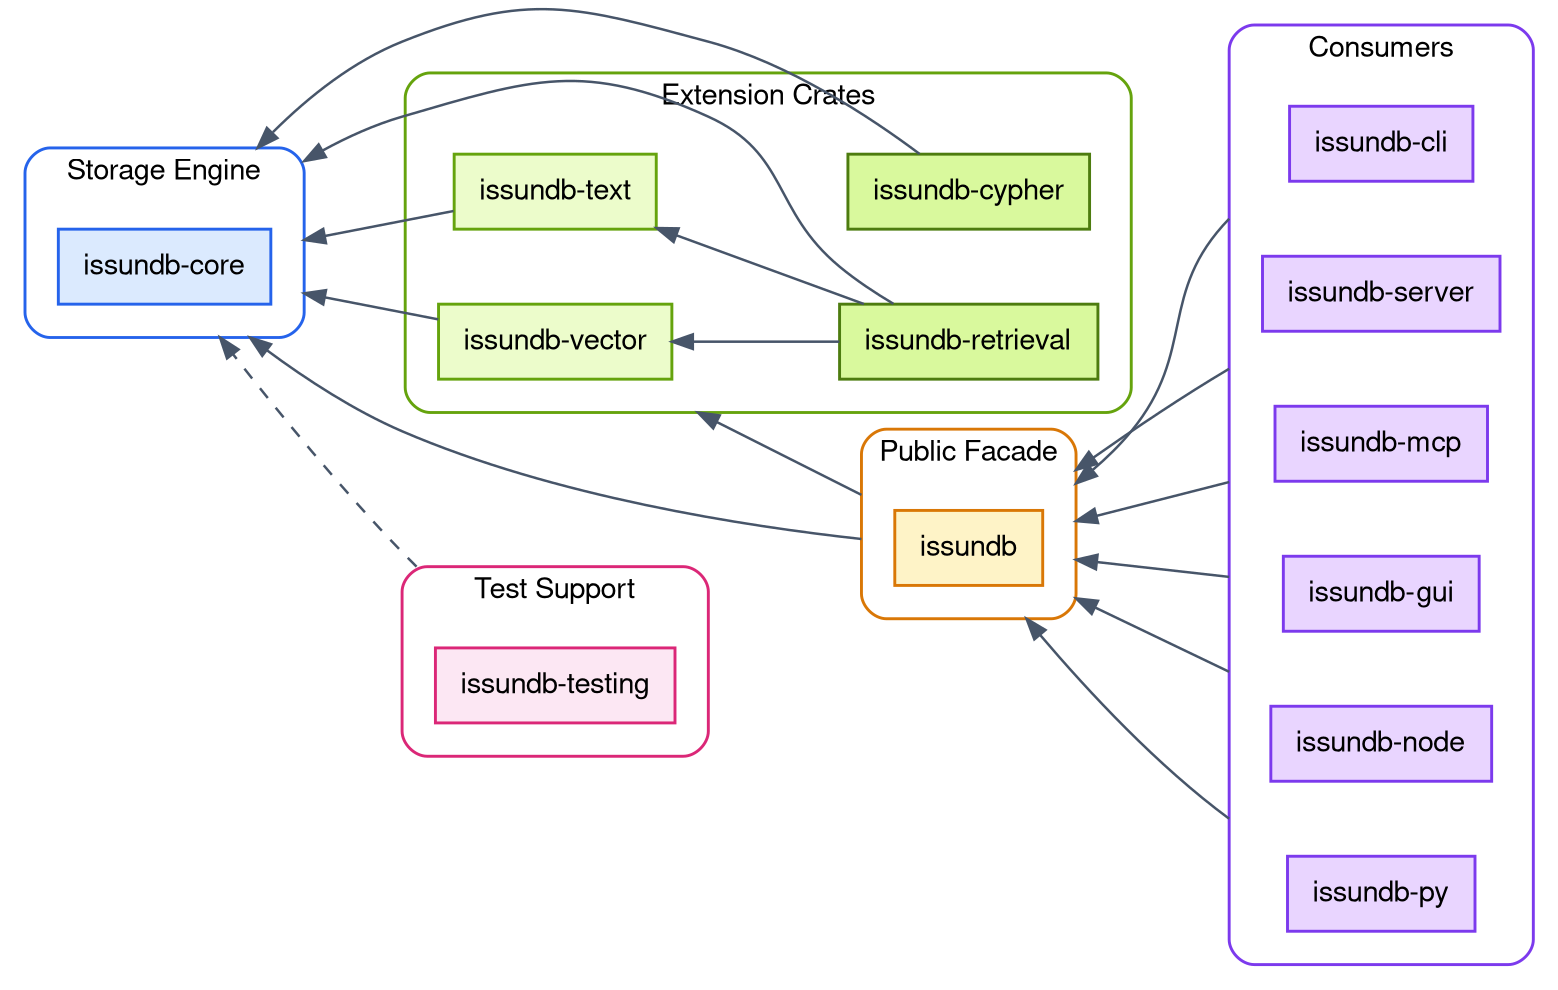
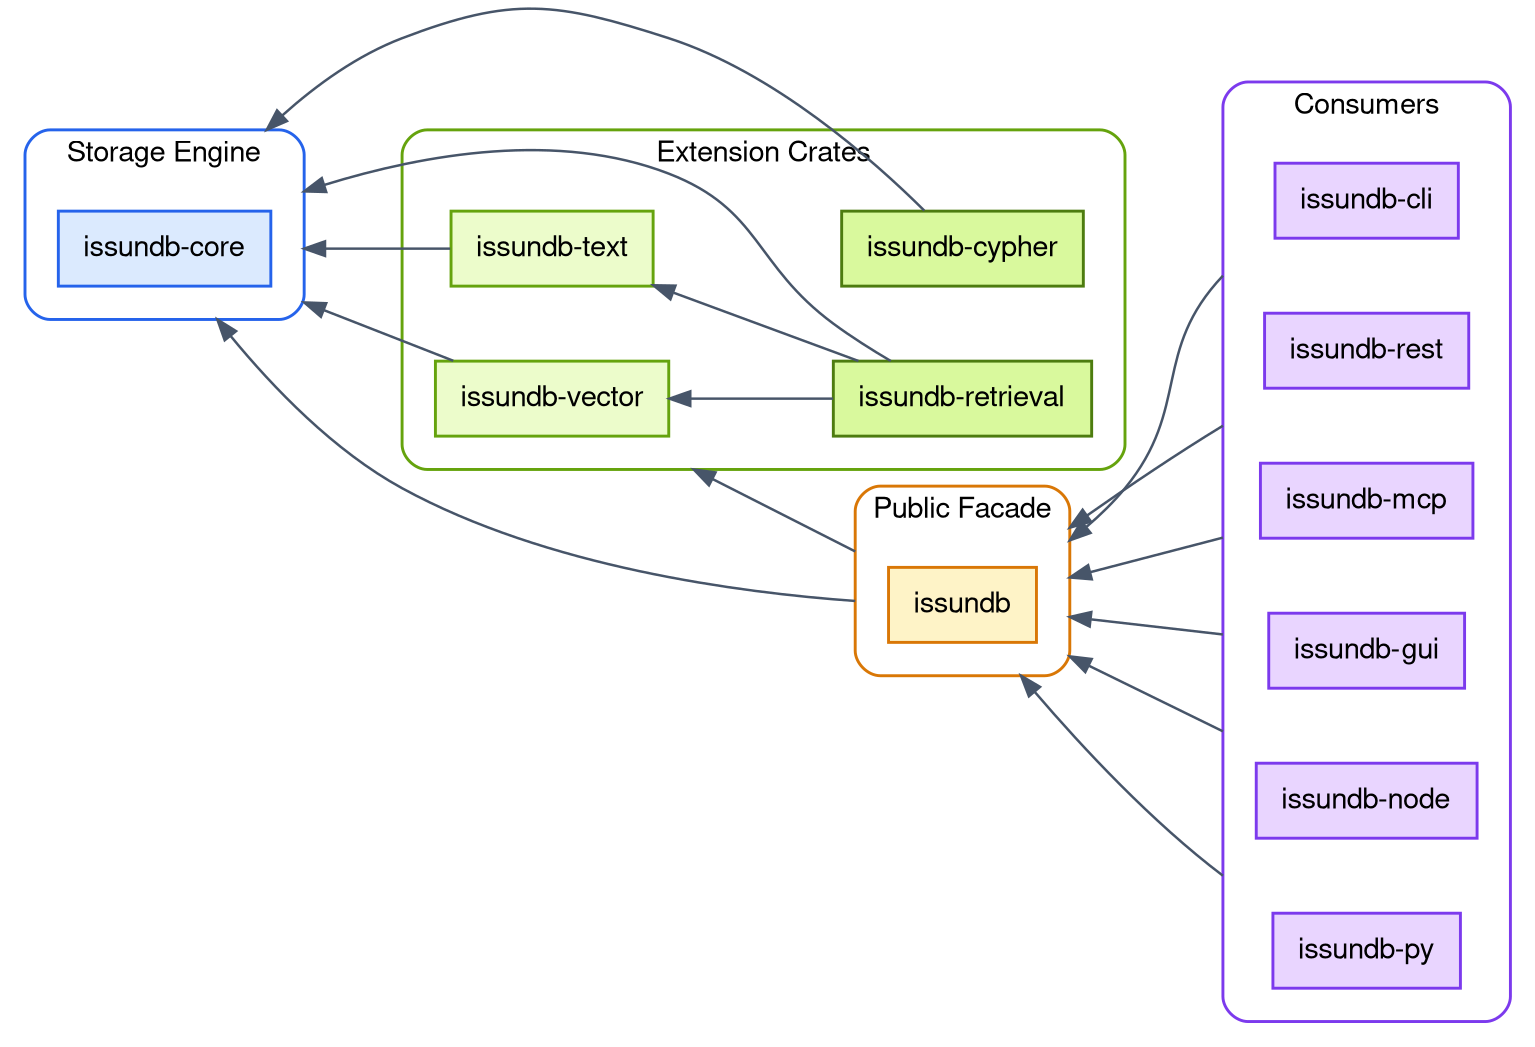
digraph IssunDBArchitecture {
    fontname = "Helvetica,Arial,sans-serif"
    layout = dot
    rankdir = RL
    ranksep = 1.1
    nodesep = 0.5
    splines = true
    bgcolor = "white"
    compound = true

    node [
    fontname = "Helvetica,Arial,sans-serif",
    shape = rect,
    style = "filled",
    color = "#475569",
    fillcolor = "white",
    penwidth = 1.4,
    margin = "0.16,0.10"
    ]

    edge [
    fontname = "Helvetica,Arial,sans-serif",
    fontsize = 10,
    color = "#475569",
    fontcolor = "#475569",
    penwidth = 1.2
    ]

    // ---------------------------------------------------------------
    // Storage engine: the foundation crate.
    // ---------------------------------------------------------------
    subgraph cluster_core {
    label = "Storage Engine"
    fontname = "Helvetica,Arial,sans-serif"
    fontsize = 14
    style = "rounded"
    color = "#2563EB"
    penwidth = 1.4
    margin = 16

    core [label = "issundb-core", fillcolor = "#DBEAFE", color = "#2563EB"]
    }

    // ---------------------------------------------------------------
    // Extension crates: depend on core, never on each other upward.
    // ---------------------------------------------------------------
    subgraph cluster_ext {
    label = "Extension Crates"
    fontname = "Helvetica,Arial,sans-serif"
    fontsize = 14
    style = "rounded"
    color = "#65A30D"
    penwidth = 1.4
    margin = 16

    vector [label = "issundb-vector", fillcolor = "#ECFCCB", color = "#65A30D"]
    text [label = "issundb-text", fillcolor = "#ECFCCB", color = "#65A30D"]
    retrieval [label = "issundb-retrieval", fillcolor = "#D9F99D", color = "#4D7C0F"]
    cypher [label = "issundb-cypher", fillcolor = "#D9F99D", color = "#4D7C0F"]
    }

    // ---------------------------------------------------------------
    // Public facade.
    // ---------------------------------------------------------------
    subgraph cluster_facade {
    label = "Public Facade"
    fontname = "Helvetica,Arial,sans-serif"
    fontsize = 14
    style = "rounded"
    color = "#D97706"
    penwidth = 1.4
    margin = 16

    facade [label = "issundb", fillcolor = "#FEF3C7", color = "#D97706"]
    }

    // ---------------------------------------------------------------
    // Consumers: bindings, servers, tools. Facade-only.
    // ---------------------------------------------------------------
    subgraph cluster_consumers {
    label = "Consumers"
    fontname = "Helvetica,Arial,sans-serif"
    fontsize = 14
    style = "rounded"
    color = "#7C3AED"
    penwidth = 1.4
    margin = 16

    cli [label = "issundb-cli", fillcolor = "#E9D5FF", color = "#7C3AED"]
-     server [label = "issundb-server", fillcolor = "#E9D5FF", color = "#7C3AED"]
+     rest [label = "issundb-rest", fillcolor = "#E9D5FF", color = "#7C3AED"]
    mcp [label = "issundb-mcp", fillcolor = "#E9D5FF", color = "#7C3AED"]
    gui [label = "issundb-gui", fillcolor = "#E9D5FF", color = "#7C3AED"]
    node_bind [label = "issundb-node", fillcolor = "#E9D5FF", color = "#7C3AED"]
    py_bind [label = "issundb-py", fillcolor = "#E9D5FF", color = "#7C3AED"]
-     }
- 
-     // ---------------------------------------------------------------
-     // Test fixtures: depend on core, never imported by production.
-     // ---------------------------------------------------------------
-     subgraph cluster_testing {
-     label = "Test Support"
-     fontname = "Helvetica,Arial,sans-serif"
-     fontsize = 14
-     style = "rounded"
-     color = "#DB2777"
-     penwidth = 1.4
-     margin = 16
- 
-     testing [label = "issundb-testing", fillcolor = "#FCE7F3", color = "#DB2777"]
    }

    // ---------------------------------------------------------------
    // Dependency edges (point from dependent to dependency).
    // lhead/ltail clip the edge at the cluster border (compound = true)
    // so arrows attach to the enclosing cluster, not the inner box.
    // ---------------------------------------------------------------
    vector -> core [lhead = cluster_core]
    text -> core [lhead = cluster_core]
    retrieval -> core [lhead = cluster_core]
    retrieval -> vector
    retrieval -> text
    cypher -> core [lhead = cluster_core]

    facade -> core [ltail = cluster_facade, lhead = cluster_core]
    facade -> vector [ltail = cluster_facade, lhead = cluster_ext]

    cli -> facade [ltail = cluster_consumers, lhead = cluster_facade]
-     server -> facade [ltail = cluster_consumers, lhead = cluster_facade]
+     rest -> facade [ltail = cluster_consumers, lhead = cluster_facade]
    mcp -> facade [ltail = cluster_consumers, lhead = cluster_facade]
    gui -> facade [ltail = cluster_consumers, lhead = cluster_facade]
    node_bind -> facade [ltail = cluster_consumers, lhead = cluster_facade]
    py_bind -> facade [ltail = cluster_consumers, lhead = cluster_facade]
- 
-     testing -> core [ltail = cluster_testing, lhead = cluster_core, style = dashed]
}
